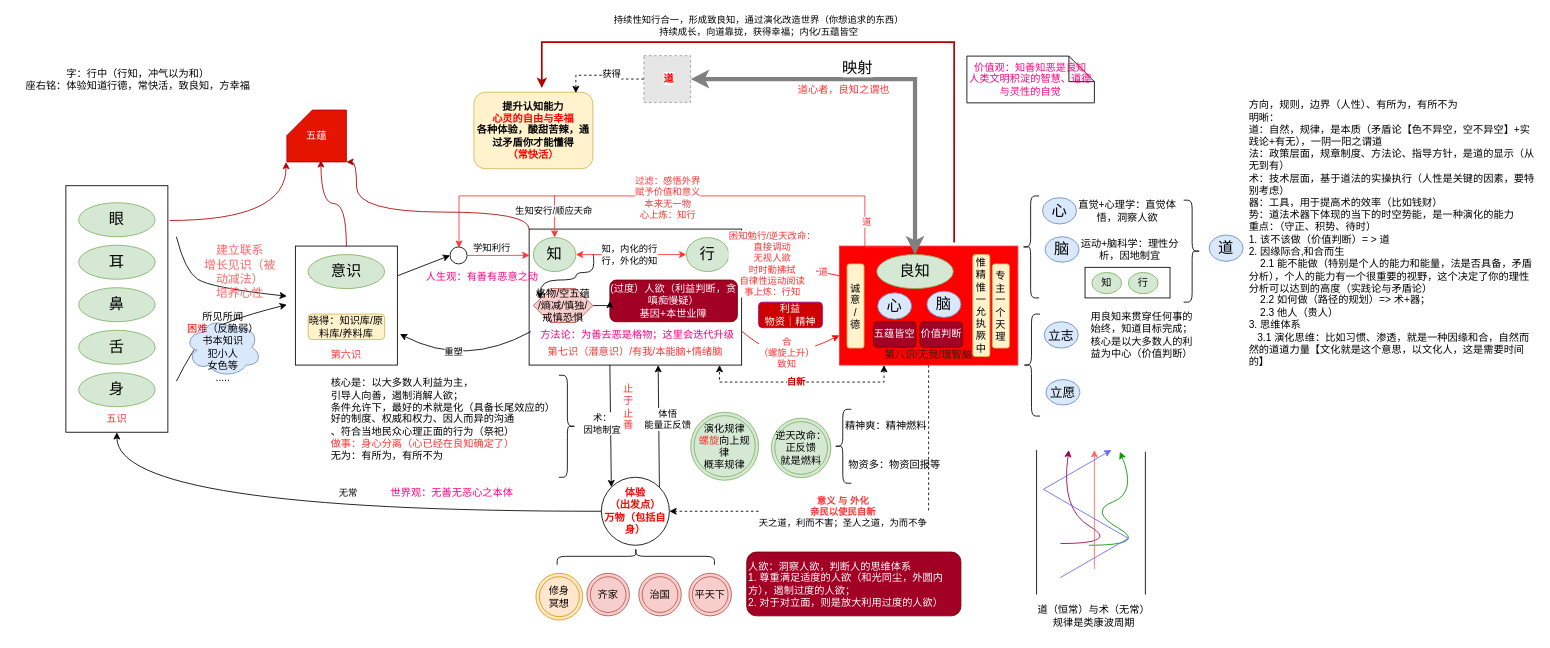
Earlier version of the draw.io diagram page "良知" (1 of 2) of xinxue.drawio (kason-huang/DrawIO). Source tidied: cells renumbered, new cells numbered last; positions are measured from the earlier drawing's top-left corner, leaving out a move shared by most shapes. Both pictures are drawn from the tidied source at 85%, with x=0, y=0 at pixel (14, 42). Pictures stored in the file or linked from it are replaced by grey dashed boxes.
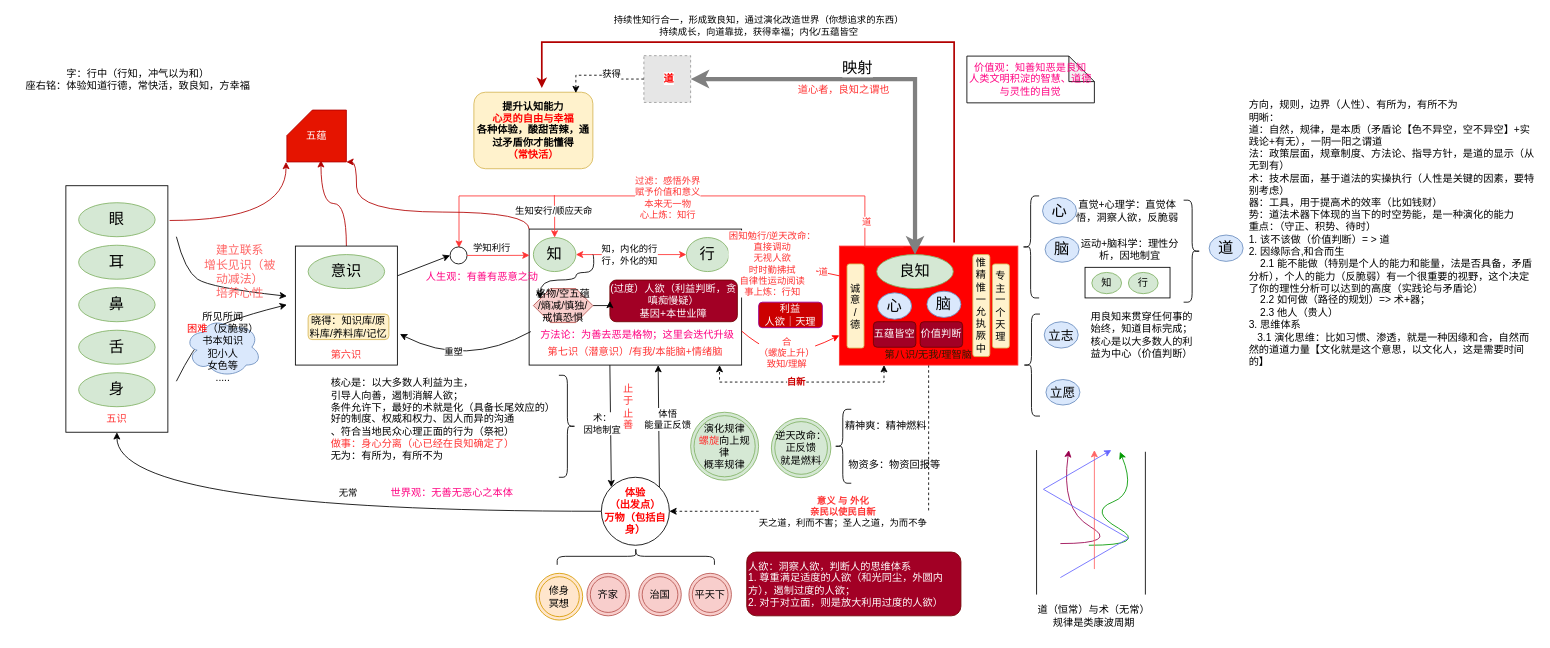
The same diagram, later.

Unchanged cells that the change refers to:
```xml
<mxCell id="40" style="curved=1;endArrow=classic;html=1;rounded=0;entryX=0;entryY=0.75;entryDx=0;entryDy=0;exitX=1;exitY=0.75;exitDx=0;exitDy=0;fillColor=#d80073;strokeColor=#FF0000;" parent="1" edge="1" source="16" target="29">
  <mxGeometry relative="1" as="geometry">
    <Array as="points">
      <mxPoint x="890" y="370" />
      <mxPoint x="940" y="360" />
    </Array>
  </mxGeometry>
</mxCell>
```

What changed in the source:
```diff
@@
-    <mxCell id="24" value="晓得：知识库/原料库/养料库" style="rounded=1;whiteSpace=wrap;html=1;fillColor=#fff2cc;strokeColor=#d6b656;" parent="1" vertex="1">
-      <mxGeometry x="345" y="320" width="90" height="30" as="geometry" />
+    <mxCell id="24" value="晓得：知识库/原料库/养料库/记忆" style="rounded=1;whiteSpace=wrap;html=1;fillColor=#fff2cc;strokeColor=#d6b656;" parent="1" vertex="1">
+      <mxGeometry x="345" y="320" width="95" height="30" as="geometry" />
     </mxCell>
@@
-    <mxCell id="41" value="&lt;font color=&quot;#ff3333&quot;&gt;合&lt;br&gt;（螺旋上升）&lt;br&gt;致知&lt;br&gt;&lt;/font&gt;" style="edgeLabel;html=1;align=center;verticalAlign=middle;" parent="40" vertex="1">
+    <mxCell id="41" value="&lt;font color=&quot;#ff3333&quot;&gt;合&lt;br&gt;（螺旋上升）&lt;br&gt;致知/理解&lt;br&gt;&lt;/font&gt;" style="edgeLabel;html=1;align=center;verticalAlign=middle;" parent="40" vertex="1">
       <mxGeometry x="-0.02" y="1" relative="1" as="geometry" />
     </mxCell>
@@
-    <mxCell id="58" value="直觉+心理学：直觉体悟，洞察人欲" style="text;html=1;strokeColor=none;fillColor=none;align=center;verticalAlign=middle;whiteSpace=wrap;rounded=0;" parent="1" vertex="1">
+    <mxCell id="58" value="直觉+心理学：直觉体悟，洞察人欲，反脆弱" style="text;html=1;strokeColor=none;fillColor=none;align=center;verticalAlign=middle;whiteSpace=wrap;rounded=0;" parent="1" vertex="1">
       <mxGeometry x="1239" y="184" width="140" height="30" as="geometry" />
     </mxCell>
@@
-    <mxCell id="82" value="方向，规则，边界（人性）、有所为，有所不为&lt;br&gt;明晰：&lt;br&gt;道：自然，规律，是本质（矛盾论【色不异空，空不异空】+实践论+有无），一阴一阳之谓道&lt;br&gt;法：政策层面，规章制度、方法论、指导方针，是道的显示（从无到有）&lt;br&gt;术：技术层面，基于道法的实操执行（人性是关键的因素，要特别考虑）&lt;br&gt;器：工具，用于提高术的效率（比如钱财）&lt;br&gt;势：道法术器下体现的当下的时空势能，是一种演化的能力&lt;br&gt;重点：（守正、积势、待时）&lt;br&gt;1. 该不该做（价值判断）= &amp;gt; 道&lt;br&gt;2.&amp;nbsp;因缘际合,和合而生&lt;br&gt;&lt;span style=&quot;&quot;&gt;&lt;span style=&quot;&quot;&gt;&amp;nbsp;&amp;nbsp;&amp;nbsp;&amp;nbsp;&lt;/span&gt;&lt;/span&gt;2.1 能不能做（特别是个人的能力和能量，法是否具备，矛盾分析），个人的能力有一个很重要的视野，这个决定了你的理性分析可以达到的高度（实践论与矛盾论）&lt;br&gt;&lt;span style=&quot;&quot;&gt;&lt;span style=&quot;&quot;&gt;&amp;nbsp;&amp;nbsp;&amp;nbsp;&amp;nbsp;&lt;/span&gt;&lt;/span&gt;2.2&amp;nbsp;如何做（路径的规划）=&amp;gt; 术+器；&lt;br&gt;&amp;nbsp; &amp;nbsp; 2.3 他人（贵人）&lt;br&gt;3. 思维体系&lt;br&gt;&amp;nbsp; &amp;nbsp;3.1 演化思维：比如习惯、渗透，就是一种因缘和合，自然而然的道道力量【文化就是这个意思，以文化人，这是需要时间的】" style="text;html=1;strokeColor=none;fillColor=none;align=left;verticalAlign=middle;whiteSpace=wrap;rounded=0;" parent="1" vertex="1">
+    <mxCell id="82" value="方向，规则，边界（人性）、有所为，有所不为&lt;br&gt;明晰：&lt;br&gt;道：自然，规律，是本质（矛盾论【色不异空，空不异空】+实践论+有无），一阴一阳之谓道&lt;br&gt;法：政策层面，规章制度、方法论、指导方针，是道的显示（从无到有）&lt;br&gt;术：技术层面，基于道法的实操执行（人性是关键的因素，要特别考虑）&lt;br&gt;器：工具，用于提高术的效率（比如钱财）&lt;br&gt;势：道法术器下体现的当下的时空势能，是一种演化的能力&lt;br&gt;重点：（守正、积势、待时）&lt;br&gt;1. 该不该做（价值判断）= &amp;gt; 道&lt;br&gt;2.&amp;nbsp;因缘际合,和合而生&lt;br&gt;&lt;span style=&quot;&quot;&gt;&lt;span style=&quot;&quot;&gt;&amp;nbsp;&amp;nbsp;&amp;nbsp;&amp;nbsp;&lt;/span&gt;&lt;/span&gt;2.1 能不能做（特别是个人的能力和能量，法是否具备，矛盾分析），个人的能力（反脆弱）有一个很重要的视野，这个决定了你的理性分析可以达到的高度（实践论与矛盾论）&lt;br&gt;&lt;span style=&quot;&quot;&gt;&lt;span style=&quot;&quot;&gt;&amp;nbsp;&amp;nbsp;&amp;nbsp;&amp;nbsp;&lt;/span&gt;&lt;/span&gt;2.2&amp;nbsp;如何做（路径的规划）=&amp;gt; 术+器；&lt;br&gt;&amp;nbsp; &amp;nbsp; 2.3 他人（贵人）&lt;br&gt;3. 思维体系&lt;br&gt;&amp;nbsp; &amp;nbsp;3.1 演化思维：比如习惯、渗透，就是一种因缘和合，自然而然的道道力量【文化就是这个意思，以文化人，这是需要时间的】" style="text;html=1;strokeColor=none;fillColor=none;align=left;verticalAlign=middle;whiteSpace=wrap;rounded=0;" parent="1" vertex="1">
       <mxGeometry x="1450" y="200" width="340" height="50" as="geometry" />
     </mxCell>
@@
-    <mxCell id="118" value="&lt;font color=&quot;#ffffff&quot;&gt;利益&lt;/font&gt;&lt;div&gt;&lt;font color=&quot;#ffffff&quot;&gt;物资｜精神&lt;/font&gt;&lt;/div&gt;" style="rounded=1;whiteSpace=wrap;html=1;fillColor=#CC0000;strokeColor=#990099;" parent="1" vertex="1">
+    <mxCell id="118" value="&lt;font color=&quot;#ffffff&quot;&gt;利益&lt;/font&gt;&lt;div&gt;&lt;font color=&quot;#ffffff&quot;&gt;人欲｜天理&lt;/font&gt;&lt;/div&gt;" style="rounded=1;whiteSpace=wrap;html=1;fillColor=#CC0000;strokeColor=#990099;" parent="1" vertex="1">
       <mxGeometry x="875" y="306" width="75" height="30" as="geometry" />
     </mxCell>
```
